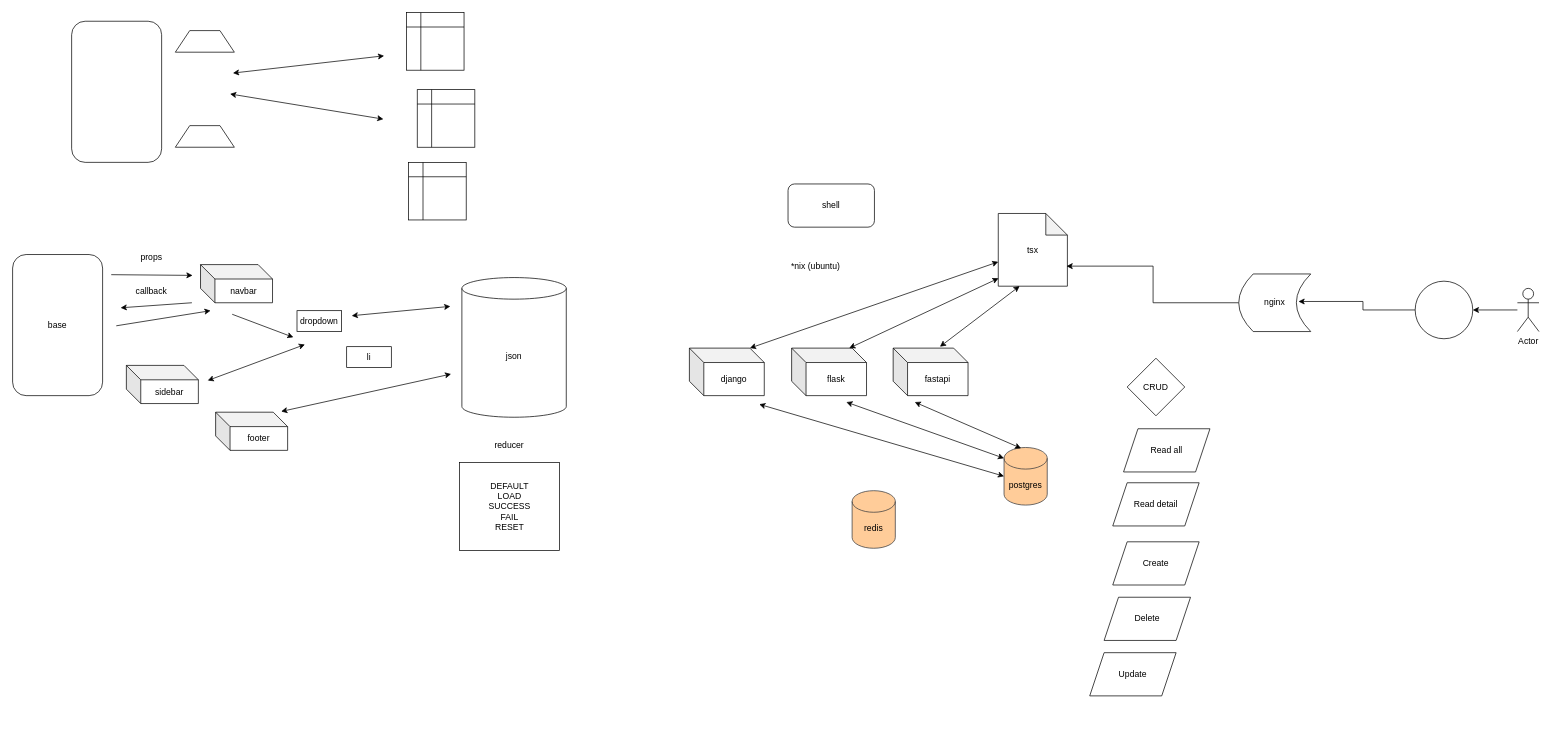
bogdandrienko/PyE-221-1 keeps this draw.io diagram as projects/10/todo.drawio. Above is the earlier version. Source tidied: cells renumbered, new cells numbered last; positions are measured from the earlier drawing's top-left corner, leaving out a move shared by most shapes. Both pictures are drawn from the tidied source at 72%, with x=0, y=0 at pixel (12, 12).
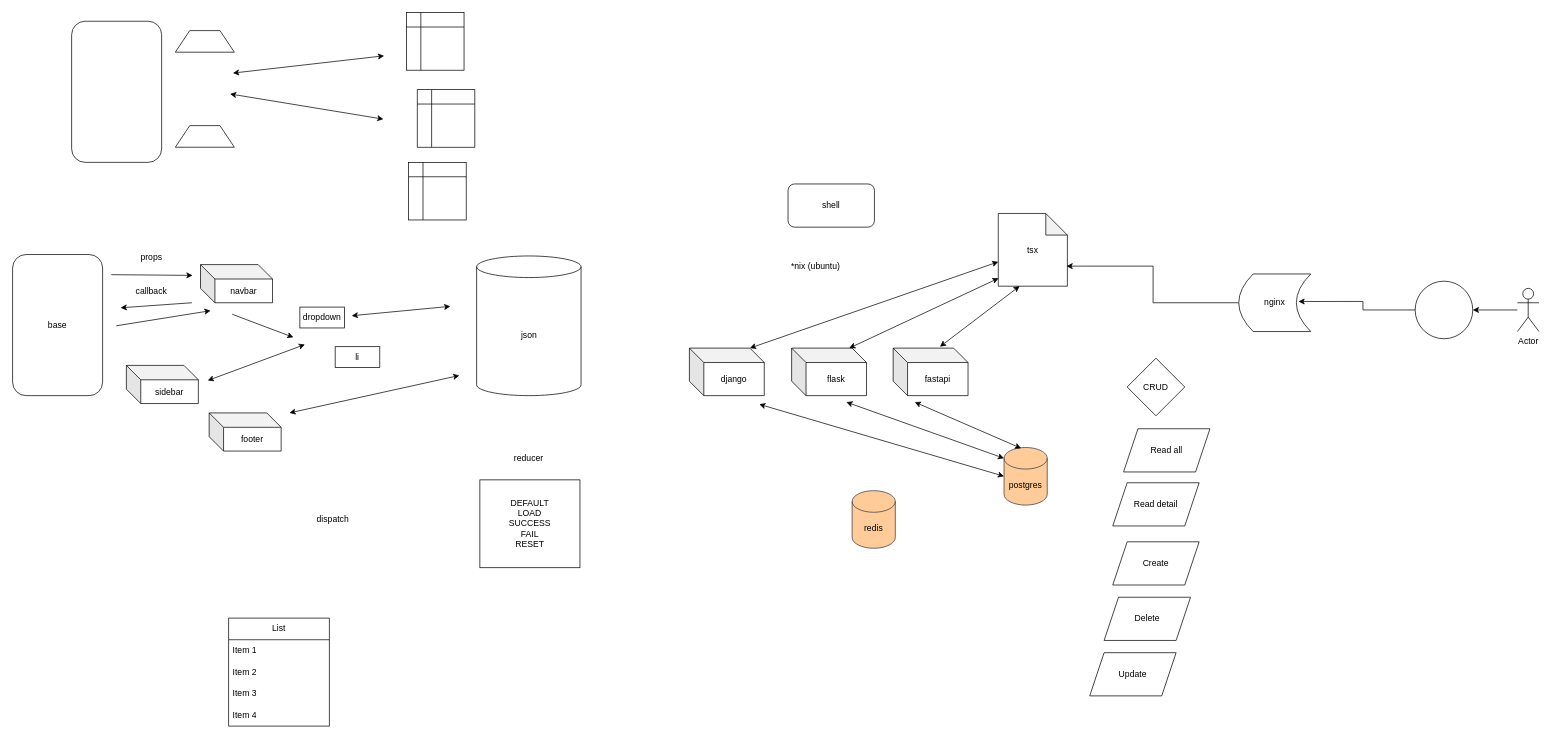
The same diagram, later.

Change to the diagram source:
```diff
@@
     <mxCell id="38" value="footer" style="shape=cube;whiteSpace=wrap;html=1;boundedLbl=1;backgroundOutline=1;darkOpacity=0.05;darkOpacity2=0.1;" parent="1" vertex="1">
-      <mxGeometry x="282" y="555" width="100" height="53" as="geometry" />
+      <mxGeometry x="273" y="556" width="100" height="53" as="geometry" />
     </mxCell>
@@
     <mxCell id="44" value="dropdown" style="rounded=0;whiteSpace=wrap;html=1;" parent="1" vertex="1">
-      <mxGeometry x="395" y="414" width="62" height="29" as="geometry" />
+      <mxGeometry x="399" y="409" width="62" height="29" as="geometry" />
     </mxCell>
@@
     <mxCell id="47" value="li" style="rounded=0;whiteSpace=wrap;html=1;" parent="1" vertex="1">
-      <mxGeometry x="464" y="464" width="62" height="29" as="geometry" />
+      <mxGeometry x="448" y="464" width="62" height="29" as="geometry" />
     </mxCell>
@@
     <mxCell id="49" value="json" style="shape=cylinder3;whiteSpace=wrap;html=1;boundedLbl=1;backgroundOutline=1;size=15;" parent="1" vertex="1">
-      <mxGeometry x="624" y="368" width="145" height="194" as="geometry" />
+      <mxGeometry x="644.5" y="338" width="145" height="194" as="geometry" />
     </mxCell>
@@
     <mxCell id="51" style="endArrow=classic;startArrow=classic;html=1;rounded=0;" parent="1" edge="1">
       <mxGeometry relative="1" as="geometry">
-        <mxPoint x="373" y="554" as="sourcePoint" />
-        <mxPoint x="609" y="502" as="targetPoint" />
+        <mxPoint x="384.5" y="556" as="sourcePoint" />
+        <mxPoint x="620.5" y="504" as="targetPoint" />
       </mxGeometry>
     </mxCell>
     <mxCell id="52" value="DEFAULT&lt;br&gt;LOAD&lt;br&gt;SUCCESS&lt;br&gt;FAIL&lt;br&gt;RESET" style="rounded=0;whiteSpace=wrap;html=1;" parent="1" vertex="1">
-      <mxGeometry x="620.5" y="625" width="139" height="122" as="geometry" />
+      <mxGeometry x="649" y="649" width="139" height="122" as="geometry" />
     </mxCell>
     <mxCell id="53" value="reducer" style="text;html=1;strokeColor=none;fillColor=none;align=center;verticalAlign=middle;whiteSpace=wrap;rounded=0;" parent="1" vertex="1">
-      <mxGeometry x="660" y="586" width="60" height="30" as="geometry" />
+      <mxGeometry x="687" y="604" width="60" height="30" as="geometry" />
     </mxCell>
+    <mxCell id="54" value="dispatch" style="text;html=1;strokeColor=none;fillColor=none;align=center;verticalAlign=middle;whiteSpace=wrap;rounded=0;" parent="1" vertex="1">
+      <mxGeometry x="415" y="689" width="60" height="30" as="geometry" />
+    </mxCell>
+    <mxCell id="55" value="List" style="swimlane;fontStyle=0;horizontal=1;startSize=30;whiteSpace=wrap;html=1;" parent="1" vertex="1">
+      <mxGeometry x="300" y="841" width="140" height="150" as="geometry" />
+    </mxCell>
+    <mxCell id="56" value="Item 1" style="text;strokeColor=none;fillColor=none;align=left;verticalAlign=middle;spacingLeft=4;spacingRight=4;overflow=hidden;whiteSpace=wrap;html=1;" parent="55" vertex="1">
+      <mxGeometry y="30" width="140" height="30" as="geometry" />
+    </mxCell>
+    <mxCell id="57" value="Item 2" style="text;strokeColor=none;fillColor=none;align=left;verticalAlign=middle;spacingLeft=4;spacingRight=4;overflow=hidden;whiteSpace=wrap;html=1;" parent="55" vertex="1">
+      <mxGeometry y="60" width="140" height="30" as="geometry" />
+    </mxCell>
+    <mxCell id="58" value="Item 3" style="text;strokeColor=none;fillColor=none;align=left;verticalAlign=middle;spacingLeft=4;spacingRight=4;overflow=hidden;whiteSpace=wrap;html=1;" parent="55" vertex="1">
+      <mxGeometry y="90" width="140" height="30" as="geometry" />
+    </mxCell>
+    <mxCell id="59" value="Item 4" style="text;strokeColor=none;fillColor=none;align=left;verticalAlign=middle;spacingLeft=4;spacingRight=4;overflow=hidden;whiteSpace=wrap;html=1;" parent="55" vertex="1">
+      <mxGeometry y="120" width="140" height="30" as="geometry" />
+    </mxCell>
```
